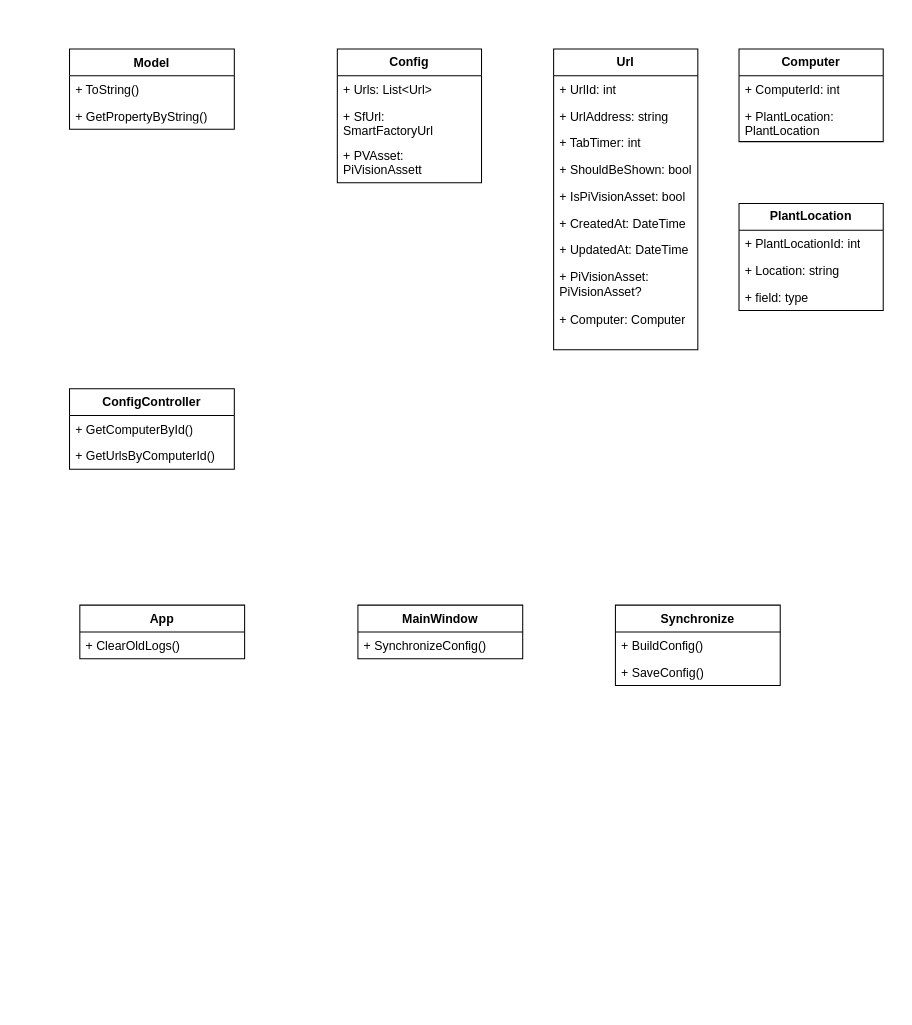
This is ads.drawio from josephkligel/diagrams, a draw.io file, before an edit. Source tidied: cells renumbered, new cells numbered last; positions are measured from the earlier drawing's top-left corner, leaving out a move shared by most shapes. Both pictures are drawn from the tidied source at 103%, with x=0, y=0 at pixel (69, 48).
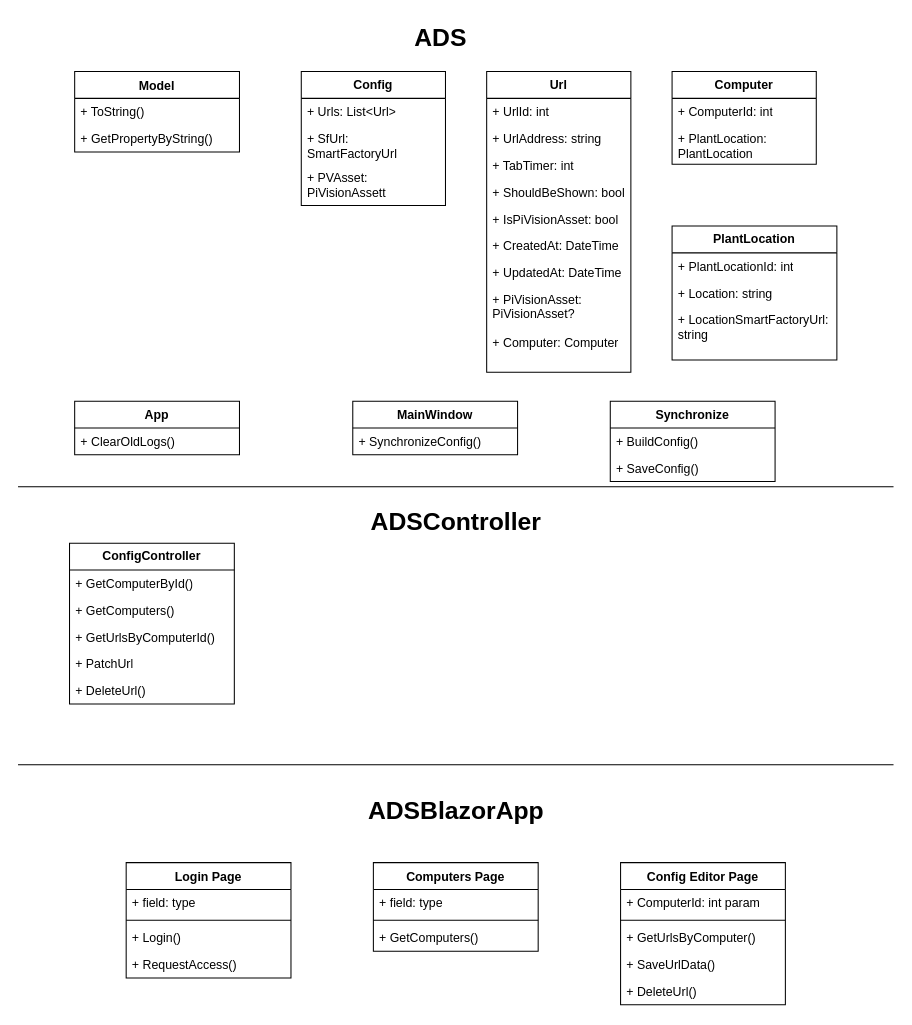
Above is the later version.

Diff of the diagram source:
```diff
@@
     <mxCell id="2" value="Model" style="swimlane;fontStyle=1;align=center;verticalAlign=top;horizontal=1;startSize=26;whiteSpace=wrap;html=1;" parent="1" vertex="1">
-      <mxGeometry width="160" height="78" as="geometry" />
+      <mxGeometry x="5" y="22" width="160" height="78" as="geometry" />
     </mxCell>
@@
     <mxCell id="5" value="&lt;b&gt;Config&lt;/b&gt;" style="swimlane;fontStyle=0;horizontal=1;startSize=26;fillColor=none;whiteSpace=wrap;html=1;" parent="1" vertex="1">
-      <mxGeometry x="260" width="140" height="130" as="geometry" />
+      <mxGeometry x="225" y="22" width="140" height="130" as="geometry" />
     </mxCell>
@@
     <mxCell id="9" value="&lt;b&gt;ConfigController&lt;/b&gt;" style="swimlane;fontStyle=0;horizontal=1;startSize=26;fillColor=none;whiteSpace=wrap;html=1;" parent="1" vertex="1">
-      <mxGeometry y="330" width="160" height="78" as="geometry" />
+      <mxGeometry y="480" width="160" height="156" as="geometry" />
     </mxCell>
@@
+    <mxCell id="36" value="+ GetComputers()" style="text;strokeColor=none;fillColor=none;align=left;verticalAlign=top;spacingLeft=4;spacingRight=4;overflow=hidden;whiteSpace=wrap;html=1;" parent="9" vertex="1">
+      <mxGeometry y="52" width="160" height="26" as="geometry" />
+    </mxCell>
     <mxCell id="11" value="+ GetUrlsByComputerId()" style="text;strokeColor=none;fillColor=none;align=left;verticalAlign=top;spacingLeft=4;spacingRight=4;overflow=hidden;whiteSpace=wrap;html=1;" parent="9" vertex="1">
-      <mxGeometry y="52" width="160" height="26" as="geometry" />
+      <mxGeometry y="78" width="160" height="26" as="geometry" />
     </mxCell>
+    <mxCell id="37" value="+ PatchUrl" style="text;strokeColor=none;fillColor=none;align=left;verticalAlign=top;spacingLeft=4;spacingRight=4;overflow=hidden;whiteSpace=wrap;html=1;" parent="9" vertex="1">
+      <mxGeometry y="104" width="160" height="26" as="geometry" />
+    </mxCell>
+    <mxCell id="38" value="+ DeleteUrl()" style="text;strokeColor=none;fillColor=none;align=left;verticalAlign=top;spacingLeft=4;spacingRight=4;overflow=hidden;whiteSpace=wrap;html=1;" parent="9" vertex="1">
+      <mxGeometry y="130" width="160" height="26" as="geometry" />
+    </mxCell>
     <mxCell id="12" value="Synchronize" style="swimlane;fontStyle=1;align=center;verticalAlign=top;horizontal=1;startSize=26;whiteSpace=wrap;html=1;" parent="1" vertex="1">
-      <mxGeometry x="530" y="540" width="160" height="78" as="geometry" />
+      <mxGeometry x="525" y="342" width="160" height="78" as="geometry" />
     </mxCell>
@@
     <mxCell id="15" value="MainWindow" style="swimlane;fontStyle=1;align=center;verticalAlign=top;horizontal=1;startSize=26;whiteSpace=wrap;html=1;" parent="1" vertex="1">
-      <mxGeometry x="280" y="540" width="160" height="52" as="geometry" />
+      <mxGeometry x="275" y="342" width="160" height="52" as="geometry" />
     </mxCell>
@@
     <mxCell id="17" value="App" style="swimlane;fontStyle=1;align=center;verticalAlign=top;horizontal=1;startSize=26;whiteSpace=wrap;html=1;" parent="1" vertex="1">
-      <mxGeometry x="10" y="540" width="160" height="52" as="geometry" />
+      <mxGeometry x="5" y="342" width="160" height="52" as="geometry" />
     </mxCell>
@@
     <mxCell id="19" value="&lt;b&gt;Url&lt;/b&gt;" style="swimlane;fontStyle=0;horizontal=1;startSize=26;fillColor=none;whiteSpace=wrap;html=1;" parent="1" vertex="1">
-      <mxGeometry x="470" width="140" height="292" as="geometry" />
+      <mxGeometry x="405" y="22" width="140" height="292" as="geometry" />
     </mxCell>
@@
     <mxCell id="29" value="&lt;b&gt;Computer&lt;/b&gt;" style="swimlane;fontStyle=0;horizontal=1;startSize=26;fillColor=none;whiteSpace=wrap;html=1;" parent="1" vertex="1">
-      <mxGeometry x="650" width="140" height="90" as="geometry" />
+      <mxGeometry x="585" y="22" width="140" height="90" as="geometry" />
     </mxCell>
@@
     <mxCell id="32" value="&lt;b&gt;PlantLocation&lt;/b&gt;" style="swimlane;fontStyle=0;horizontal=1;startSize=26;fillColor=none;whiteSpace=wrap;html=1;" parent="1" vertex="1">
-      <mxGeometry x="650" y="150" width="140" height="104" as="geometry" />
+      <mxGeometry x="585" y="172" width="160" height="130" as="geometry" />
     </mxCell>
     <mxCell id="33" value="+ PlantLocationId: int" style="text;strokeColor=none;fillColor=none;align=left;verticalAlign=top;spacingLeft=4;spacingRight=4;overflow=hidden;whiteSpace=wrap;html=1;" parent="32" vertex="1">
-      <mxGeometry y="26" width="140" height="26" as="geometry" />
+      <mxGeometry y="26" width="160" height="26" as="geometry" />
     </mxCell>
     <mxCell id="34" value="+ Location: string" style="text;strokeColor=none;fillColor=none;align=left;verticalAlign=top;spacingLeft=4;spacingRight=4;overflow=hidden;whiteSpace=wrap;html=1;" parent="32" vertex="1">
-      <mxGeometry y="52" width="140" height="26" as="geometry" />
+      <mxGeometry y="52" width="160" height="26" as="geometry" />
     </mxCell>
-    <mxCell id="35" value="+ field: type" style="text;strokeColor=none;fillColor=none;align=left;verticalAlign=top;spacingLeft=4;spacingRight=4;overflow=hidden;whiteSpace=wrap;html=1;" parent="32" vertex="1">
-      <mxGeometry y="78" width="140" height="26" as="geometry" />
+    <mxCell id="35" value="+ LocationSmartFactoryUrl: string" style="text;strokeColor=none;fillColor=none;align=left;verticalAlign=top;spacingLeft=4;spacingRight=4;overflow=hidden;whiteSpace=wrap;html=1;" parent="32" vertex="1">
+      <mxGeometry y="78" width="160" height="52" as="geometry" />
     </mxCell>
+    <mxCell id="39" value="Login Page" style="swimlane;fontStyle=1;align=center;verticalAlign=top;horizontal=1;startSize=26;whiteSpace=wrap;html=1;" parent="1" vertex="1">
+      <mxGeometry x="55" y="790" width="160" height="112" as="geometry" />
+    </mxCell>
+    <mxCell id="40" value="+ field: type" style="text;strokeColor=none;fillColor=none;align=left;verticalAlign=top;spacingLeft=4;spacingRight=4;overflow=hidden;whiteSpace=wrap;html=1;" parent="39" vertex="1">
+      <mxGeometry y="26" width="160" height="26" as="geometry" />
+    </mxCell>
+    <mxCell id="41" style="line;strokeWidth=1;fillColor=none;align=left;verticalAlign=middle;spacingTop=-1;spacingLeft=3;spacingRight=3;labelPosition=right;strokeColor=inherit;" parent="39" vertex="1">
+      <mxGeometry y="52" width="160" height="8" as="geometry" />
+    </mxCell>
+    <mxCell id="42" value="+ Login()" style="text;strokeColor=none;fillColor=none;align=left;verticalAlign=top;spacingLeft=4;spacingRight=4;overflow=hidden;whiteSpace=wrap;html=1;" parent="39" vertex="1">
+      <mxGeometry y="60" width="160" height="26" as="geometry" />
+    </mxCell>
+    <mxCell id="43" value="+ RequestAccess()" style="text;strokeColor=none;fillColor=none;align=left;verticalAlign=top;spacingLeft=4;spacingRight=4;overflow=hidden;whiteSpace=wrap;html=1;" parent="39" vertex="1">
+      <mxGeometry y="86" width="160" height="26" as="geometry" />
+    </mxCell>
+    <mxCell id="44" style="line;strokeWidth=1;dashed=0;labelPosition=right;align=left;verticalAlign=middle;spacingTop=0;spacingLeft=6;" parent="1" vertex="1">
+      <mxGeometry x="-50" y="420" width="850" height="10" as="geometry" />
+    </mxCell>
+    <mxCell id="45" style="line;strokeWidth=1;dashed=0;labelPosition=right;align=left;verticalAlign=middle;spacingTop=0;spacingLeft=6;" parent="1" vertex="1">
+      <mxGeometry x="-50" y="690" width="850" height="10" as="geometry" />
+    </mxCell>
+    <mxCell id="46" value="ADSController" style="text;strokeColor=none;fillColor=none;html=1;fontSize=24;fontStyle=1;verticalAlign=middle;align=center;" parent="1" vertex="1">
+      <mxGeometry x="325" y="440" width="100" height="40" as="geometry" />
+    </mxCell>
+    <mxCell id="47" value="ADS" style="text;strokeColor=none;fillColor=none;html=1;fontSize=24;fontStyle=1;verticalAlign=middle;align=center;" parent="1" vertex="1">
+      <mxGeometry x="310" y="-30" width="100" height="40" as="geometry" />
+    </mxCell>
+    <mxCell id="48" value="ADSBlazorApp" style="text;strokeColor=none;fillColor=none;html=1;fontSize=24;fontStyle=1;verticalAlign=middle;align=center;" parent="1" vertex="1">
+      <mxGeometry x="325" y="720" width="100" height="40" as="geometry" />
+    </mxCell>
+    <mxCell id="49" value="Computers Page" style="swimlane;fontStyle=1;align=center;verticalAlign=top;horizontal=1;startSize=26;whiteSpace=wrap;html=1;" parent="1" vertex="1">
+      <mxGeometry x="295" y="790" width="160" height="86" as="geometry" />
+    </mxCell>
+    <mxCell id="50" value="+ field: type" style="text;strokeColor=none;fillColor=none;align=left;verticalAlign=top;spacingLeft=4;spacingRight=4;overflow=hidden;whiteSpace=wrap;html=1;" parent="49" vertex="1">
+      <mxGeometry y="26" width="160" height="26" as="geometry" />
+    </mxCell>
+    <mxCell id="51" style="line;strokeWidth=1;fillColor=none;align=left;verticalAlign=middle;spacingTop=-1;spacingLeft=3;spacingRight=3;labelPosition=right;strokeColor=inherit;" parent="49" vertex="1">
+      <mxGeometry y="52" width="160" height="8" as="geometry" />
+    </mxCell>
+    <mxCell id="52" value="+ GetComputers()" style="text;strokeColor=none;fillColor=none;align=left;verticalAlign=top;spacingLeft=4;spacingRight=4;overflow=hidden;whiteSpace=wrap;html=1;" parent="49" vertex="1">
+      <mxGeometry y="60" width="160" height="26" as="geometry" />
+    </mxCell>
+    <mxCell id="53" value="Config Editor Page" style="swimlane;fontStyle=1;align=center;verticalAlign=top;horizontal=1;startSize=26;whiteSpace=wrap;html=1;" parent="1" vertex="1">
+      <mxGeometry x="535" y="790" width="160" height="138" as="geometry" />
+    </mxCell>
+    <mxCell id="54" value="+ ComputerId: int param" style="text;strokeColor=none;fillColor=none;align=left;verticalAlign=top;spacingLeft=4;spacingRight=4;overflow=hidden;whiteSpace=wrap;html=1;" parent="53" vertex="1">
+      <mxGeometry y="26" width="160" height="26" as="geometry" />
+    </mxCell>
+    <mxCell id="55" style="line;strokeWidth=1;fillColor=none;align=left;verticalAlign=middle;spacingTop=-1;spacingLeft=3;spacingRight=3;labelPosition=right;strokeColor=inherit;" parent="53" vertex="1">
+      <mxGeometry y="52" width="160" height="8" as="geometry" />
+    </mxCell>
+    <mxCell id="56" value="+ GetUrlsByComputer()" style="text;strokeColor=none;fillColor=none;align=left;verticalAlign=top;spacingLeft=4;spacingRight=4;overflow=hidden;whiteSpace=wrap;html=1;" parent="53" vertex="1">
+      <mxGeometry y="60" width="160" height="26" as="geometry" />
+    </mxCell>
+    <mxCell id="57" value="+ SaveUrlData()" style="text;strokeColor=none;fillColor=none;align=left;verticalAlign=top;spacingLeft=4;spacingRight=4;overflow=hidden;whiteSpace=wrap;html=1;" parent="53" vertex="1">
+      <mxGeometry y="86" width="160" height="26" as="geometry" />
+    </mxCell>
+    <mxCell id="58" value="+ DeleteUrl()" style="text;strokeColor=none;fillColor=none;align=left;verticalAlign=top;spacingLeft=4;spacingRight=4;overflow=hidden;whiteSpace=wrap;html=1;" parent="53" vertex="1">
+      <mxGeometry y="112" width="160" height="26" as="geometry" />
+    </mxCell>
```
